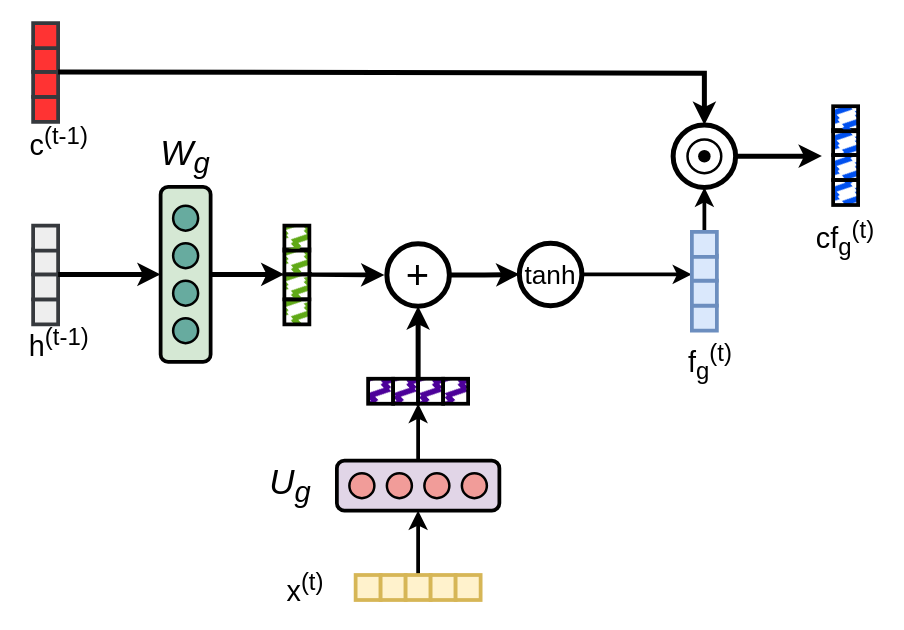
The draw.io diagram output_gate.drawio in viniciusrpb/drawio_flowcharts, before the edit. Source tidied: cells renumbered, new cells numbered last; positions are measured from the earlier drawing's top-left corner, leaving out a move shared by most shapes. Both pictures are drawn from the tidied source at 125%, with x=0, y=0 at pixel (21, 22).
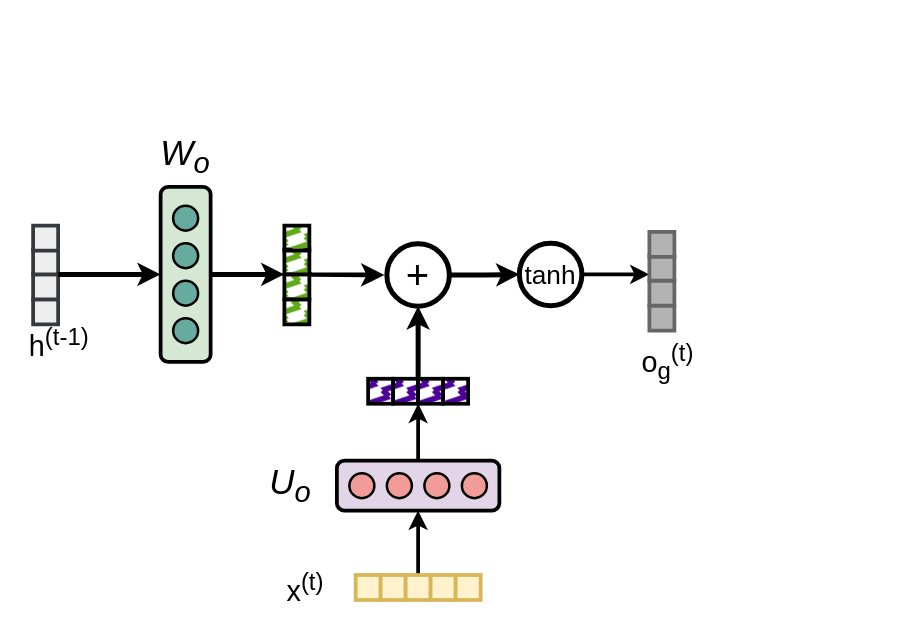
After the change.

The edit, as a diff of the source:
```diff
@@
-    <mxCell id="17" value="f&lt;sub&gt;g&lt;/sub&gt;&lt;sup&gt;(t)&lt;/sup&gt;" style="text;html=1;align=center;verticalAlign=middle;whiteSpace=wrap;rounded=0;fontSize=23;strokeWidth=4;" parent="1" vertex="1">
-      <mxGeometry x="521" y="256" width="60" height="30" as="geometry" />
+    <mxCell id="17" value="o&lt;sub&gt;g&lt;/sub&gt;&lt;sup&gt;(t)&lt;/sup&gt;" style="text;html=1;align=center;verticalAlign=middle;whiteSpace=wrap;rounded=0;fontSize=23;strokeWidth=4;" parent="1" vertex="1">
+      <mxGeometry x="487" y="256" width="60" height="30" as="geometry" />
     </mxCell>
-    <mxCell id="18" value="W&lt;sub&gt;g&lt;/sub&gt;" style="text;html=1;align=center;verticalAlign=middle;whiteSpace=wrap;rounded=0;fontSize=28;fontStyle=2;" parent="1" vertex="1">
+    <mxCell id="18" value="W&lt;sub&gt;o&lt;/sub&gt;" style="text;html=1;align=center;verticalAlign=middle;whiteSpace=wrap;rounded=0;fontSize=28;fontStyle=2;" parent="1" vertex="1">
       <mxGeometry x="101" y="91.5" width="60" height="30" as="geometry" />
     </mxCell>
@@
-    <mxCell id="30" style="rounded=0;whiteSpace=wrap;html=1;strokeWidth=3;fillColor=#FF3333;strokeColor=#36393d;" parent="1" vertex="1">
-      <mxGeometry x="9" y="59" width="20" height="20" as="geometry" />
-    </mxCell>
-    <mxCell id="31" style="rounded=0;whiteSpace=wrap;html=1;strokeWidth=3;fillColor=#FF3333;strokeColor=#36393d;" parent="1" vertex="1">
-      <mxGeometry x="9" y="39" width="20" height="20" as="geometry" />
-    </mxCell>
-    <mxCell id="32" style="rounded=0;whiteSpace=wrap;html=1;strokeWidth=3;fillColor=#FF3333;strokeColor=#36393d;" parent="1" vertex="1">
-      <mxGeometry x="9" y="19" width="20" height="20" as="geometry" />
-    </mxCell>
-    <mxCell id="33" style="edgeStyle=orthogonalEdgeStyle;rounded=0;jettySize=auto;html=1;exitX=1;exitY=0.5;exitDx=0;exitDy=0;strokeWidth=4;" parent="1" edge="1" source="34">
-      <mxGeometry relative="1" as="geometry">
-        <mxPoint x="640" y="106.4" as="targetPoint" />
-      </mxGeometry>
-    </mxCell>
-    <mxCell id="34" style="ellipse;whiteSpace=wrap;html=1;fontSize=32;strokeWidth=4;" parent="1" vertex="1">
-      <mxGeometry x="521" y="81.5" width="50" height="50" as="geometry" />
-    </mxCell>
-    <mxCell id="35" style="rounded=0;whiteSpace=wrap;html=1;strokeWidth=3;fillColor=#FF3333;strokeColor=#36393d;" parent="1" vertex="1">
-      <mxGeometry x="9" width="20" height="20" as="geometry" />
-    </mxCell>
-    <mxCell id="36" style="endArrow=classic;html=1;rounded=0;exitX=1;exitY=1;exitDx=0;exitDy=0;entryX=0.5;entryY=0;entryDx=0;entryDy=0;strokeWidth=4;" parent="1" edge="1" source="32" target="34">
-      <mxGeometry relative="1" as="geometry">
-        <Array as="points">
-          <mxPoint x="546" y="40" />
-        </Array>
-      </mxGeometry>
-    </mxCell>
-    <mxCell id="37" value="c&lt;sup&gt;(t-1)&lt;/sup&gt;" style="text;html=1;align=center;verticalAlign=middle;whiteSpace=wrap;rounded=0;fontSize=23;strokeWidth=4;" parent="1" vertex="1">
-      <mxGeometry y="80" width="60" height="30" as="geometry" />
-    </mxCell>
-    <mxCell id="38" style="ellipse;whiteSpace=wrap;html=1;strokeWidth=2;" parent="1" vertex="1">
-      <mxGeometry x="532.5" y="93" width="27" height="27" as="geometry" />
-    </mxCell>
-    <mxCell id="39" style="shape=waypoint;sketch=0;fillStyle=solid;size=6;fillColor=none;perimeter=centerPerimeter;strokeWidth=3;" parent="1" vertex="1">
-      <mxGeometry x="536" y="96.5" width="20" height="20" as="geometry" />
-    </mxCell>
-    <mxCell id="40" style="rounded=0;whiteSpace=wrap;html=1;strokeWidth=3;fillColor=#0050ef;strokeColor=#000000;fillStyle=zigzag-line;fontColor=#ffffff;" parent="1" vertex="1">
-      <mxGeometry x="649" y="125.5" width="20" height="20" as="geometry" />
-    </mxCell>
-    <mxCell id="41" style="rounded=0;whiteSpace=wrap;html=1;strokeWidth=3;fillColor=#0050ef;strokeColor=#000000;fillStyle=zigzag-line;fontColor=#ffffff;" parent="1" vertex="1">
-      <mxGeometry x="649" y="105.5" width="20" height="20" as="geometry" />
-    </mxCell>
-    <mxCell id="42" style="rounded=0;whiteSpace=wrap;html=1;strokeWidth=3;fillColor=#0050ef;strokeColor=#000000;fillStyle=zigzag-line;fontColor=#ffffff;" parent="1" vertex="1">
-      <mxGeometry x="649" y="85.5" width="20" height="20" as="geometry" />
-    </mxCell>
-    <mxCell id="43" style="rounded=0;whiteSpace=wrap;html=1;strokeWidth=3;fillColor=#0050ef;strokeColor=#000000;fillStyle=zigzag-line;fontColor=#ffffff;" parent="1" vertex="1">
-      <mxGeometry x="649" y="66.5" width="20" height="20" as="geometry" />
-    </mxCell>
-    <mxCell id="44" style="rounded=0;whiteSpace=wrap;html=1;strokeWidth=3;fillColor=#dae8fc;strokeColor=#6c8ebf;" parent="1" vertex="1">
-      <mxGeometry x="536" y="226" width="20" height="20" as="geometry" />
+    <mxCell id="44" style="rounded=0;whiteSpace=wrap;html=1;strokeWidth=3;fillColor=#B3B3B3;strokeColor=#666666;" parent="1" vertex="1">
+      <mxGeometry x="502" y="226" width="20" height="20" as="geometry" />
     </mxCell>
-    <mxCell id="45" style="rounded=0;whiteSpace=wrap;html=1;strokeWidth=3;fillColor=#dae8fc;strokeColor=#6c8ebf;" parent="1" vertex="1">
-      <mxGeometry x="536" y="206" width="20" height="20" as="geometry" />
+    <mxCell id="45" style="rounded=0;whiteSpace=wrap;html=1;strokeWidth=3;fillColor=#B3B3B3;strokeColor=#666666;" parent="1" vertex="1">
+      <mxGeometry x="502" y="206" width="20" height="20" as="geometry" />
     </mxCell>
-    <mxCell id="46" style="rounded=0;whiteSpace=wrap;html=1;strokeWidth=3;fillColor=#dae8fc;strokeColor=#6c8ebf;" parent="1" vertex="1">
-      <mxGeometry x="536" y="186" width="20" height="20" as="geometry" />
+    <mxCell id="46" style="rounded=0;whiteSpace=wrap;html=1;strokeWidth=3;fillColor=#B3B3B3;strokeColor=#666666;" parent="1" vertex="1">
+      <mxGeometry x="502" y="186" width="20" height="20" as="geometry" />
     </mxCell>
-    <mxCell id="47" style="edgeStyle=orthogonalEdgeStyle;rounded=0;jettySize=auto;html=1;entryX=0.5;entryY=1;entryDx=0;entryDy=0;strokeWidth=3;" parent="1" edge="1" source="48" target="34">
-      <mxGeometry relative="1" as="geometry" />
-    </mxCell>
-    <mxCell id="48" style="rounded=0;whiteSpace=wrap;html=1;strokeWidth=3;fillColor=#dae8fc;strokeColor=#6c8ebf;" parent="1" vertex="1">
-      <mxGeometry x="536" y="167" width="20" height="20" as="geometry" />
+    <mxCell id="48" style="rounded=0;whiteSpace=wrap;html=1;strokeWidth=3;fillColor=#B3B3B3;strokeColor=#666666;" parent="1" vertex="1">
+      <mxGeometry x="502" y="167" width="20" height="20" as="geometry" />
     </mxCell>
-    <mxCell id="49" value="cf&lt;sub&gt;g&lt;/sub&gt;&lt;sup&gt;(t)&lt;/sup&gt;" style="text;html=1;align=center;verticalAlign=middle;whiteSpace=wrap;rounded=0;fontSize=23;strokeWidth=4;" parent="1" vertex="1">
-      <mxGeometry x="629" y="157" width="60" height="30" as="geometry" />
-    </mxCell>
@@
-    <mxCell id="51" value="U&lt;sub&gt;g&lt;/sub&gt;" style="text;html=1;align=center;verticalAlign=middle;whiteSpace=wrap;rounded=0;fontSize=28;fontStyle=2;" parent="1" vertex="1">
+    <mxCell id="51" value="U&lt;sub&gt;o&lt;/sub&gt;" style="text;html=1;align=center;verticalAlign=middle;whiteSpace=wrap;rounded=0;fontSize=28;fontStyle=2;" parent="1" vertex="1">
       <mxGeometry x="185" y="354.5" width="60" height="30" as="geometry" />
     </mxCell>
```
